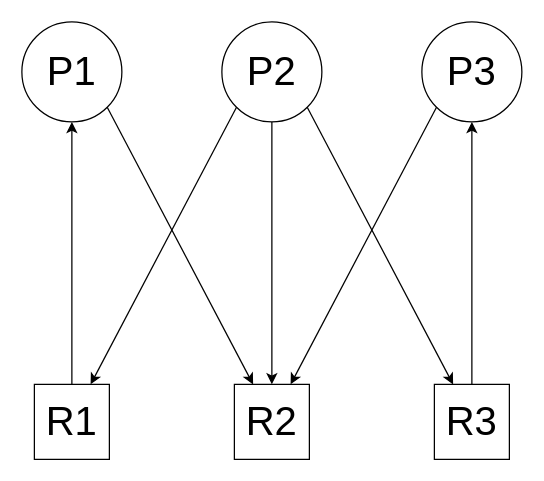
The draw.io diagram page "b" (3 of 3) of images/os2/2014-k2-graf.drawio in siwiki/OS-kolokvijumi, before the edit. Source tidied: cells renumbered, new cells numbered last; positions are measured from the earlier drawing's top-left corner, leaving out a move shared by most shapes. Both pictures are drawn from the tidied source at 125%, with x=0, y=0 at pixel (21, 21).
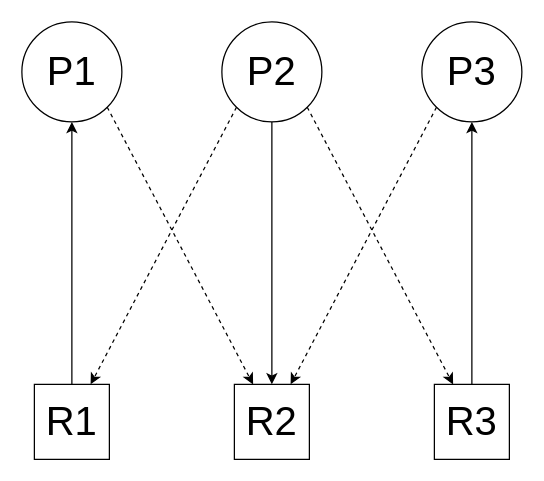
The same page after the edit.

Change to the diagram source:
```diff
@@
 <mxGraphModel>
   <root>
     <mxCell id="0" />
     <mxCell id="1" parent="0" />
     <mxCell id="2" value="&lt;font style=&quot;font-size: 32px&quot;&gt;P1&lt;/font&gt;" style="ellipse;whiteSpace=wrap;html=1;" parent="1" vertex="1">
       <mxGeometry width="80" height="80" as="geometry" />
     </mxCell>
     <mxCell id="3" value="&lt;font style=&quot;font-size: 32px&quot;&gt;P2&lt;/font&gt;" style="ellipse;whiteSpace=wrap;html=1;" parent="1" vertex="1">
       <mxGeometry x="160" width="80" height="80" as="geometry" />
     </mxCell>
     <mxCell id="4" value="&lt;font style=&quot;font-size: 32px&quot;&gt;P3&lt;/font&gt;" style="ellipse;whiteSpace=wrap;html=1;" parent="1" vertex="1">
       <mxGeometry x="320" width="80" height="80" as="geometry" />
     </mxCell>
     <mxCell id="5" value="R1" style="whiteSpace=wrap;html=1;fontSize=32;" parent="1" vertex="1">
       <mxGeometry x="10" y="290" width="60" height="60" as="geometry" />
     </mxCell>
     <mxCell id="6" value="R2" style="whiteSpace=wrap;html=1;fontSize=32;" parent="1" vertex="1">
       <mxGeometry x="170" y="290" width="60" height="60" as="geometry" />
     </mxCell>
     <mxCell id="7" value="R3" style="whiteSpace=wrap;html=1;fontSize=32;" parent="1" vertex="1">
       <mxGeometry x="330" y="290" width="60" height="60" as="geometry" />
     </mxCell>
-    <mxCell id="8" style="endArrow=classic;html=1;rounded=0;fontSize=32;exitX=0;exitY=1;exitDx=0;exitDy=0;entryX=0.75;entryY=0;entryDx=0;entryDy=0;" parent="1" edge="1" source="3" target="5">
+    <mxCell id="8" style="endArrow=classic;html=1;rounded=0;fontSize=32;exitX=0;exitY=1;exitDx=0;exitDy=0;entryX=0.75;entryY=0;entryDx=0;entryDy=0;dashed=1;" parent="1" edge="1" source="3" target="5">
       <mxGeometry relative="1" as="geometry" />
     </mxCell>
-    <mxCell id="9" style="endArrow=classic;html=1;rounded=0;fontSize=32;exitX=1;exitY=1;exitDx=0;exitDy=0;entryX=0.25;entryY=0;entryDx=0;entryDy=0;" parent="1" edge="1" source="2" target="6">
+    <mxCell id="9" style="endArrow=classic;html=1;rounded=0;fontSize=32;exitX=1;exitY=1;exitDx=0;exitDy=0;entryX=0.25;entryY=0;entryDx=0;entryDy=0;dashed=1;" parent="1" edge="1" source="2" target="6">
       <mxGeometry relative="1" as="geometry" />
     </mxCell>
-    <mxCell id="10" style="endArrow=classic;html=1;rounded=0;fontSize=32;exitX=0;exitY=1;exitDx=0;exitDy=0;entryX=0.75;entryY=0;entryDx=0;entryDy=0;" parent="1" edge="1" source="4" target="6">
+    <mxCell id="10" style="endArrow=classic;html=1;rounded=0;fontSize=32;exitX=0;exitY=1;exitDx=0;exitDy=0;entryX=0.75;entryY=0;entryDx=0;entryDy=0;dashed=1;" parent="1" edge="1" source="4" target="6">
       <mxGeometry relative="1" as="geometry" />
     </mxCell>
-    <mxCell id="11" style="endArrow=classic;html=1;rounded=0;fontSize=32;exitX=1;exitY=1;exitDx=0;exitDy=0;entryX=0.25;entryY=0;entryDx=0;entryDy=0;" parent="1" edge="1" source="3" target="7">
+    <mxCell id="11" style="endArrow=classic;html=1;rounded=0;fontSize=32;exitX=1;exitY=1;exitDx=0;exitDy=0;entryX=0.25;entryY=0;entryDx=0;entryDy=0;dashed=1;" parent="1" edge="1" source="3" target="7">
       <mxGeometry relative="1" as="geometry" />
     </mxCell>
     <mxCell id="12" style="endArrow=classic;html=1;rounded=0;fontSize=32;entryX=0.5;entryY=1;entryDx=0;entryDy=0;exitX=0.5;exitY=0;exitDx=0;exitDy=0;" parent="1" edge="1" source="5" target="2">
       <mxGeometry relative="1" as="geometry" />
     </mxCell>
     <mxCell id="13" style="endArrow=classic;html=1;rounded=0;fontSize=32;exitX=0.5;exitY=1;exitDx=0;exitDy=0;entryX=0.5;entryY=0;entryDx=0;entryDy=0;" parent="1" edge="1" source="3" target="6">
       <mxGeometry relative="1" as="geometry" />
     </mxCell>
     <mxCell id="14" style="endArrow=classic;html=1;rounded=0;fontSize=32;entryX=0.5;entryY=1;entryDx=0;entryDy=0;exitX=0.5;exitY=0;exitDx=0;exitDy=0;" parent="1" edge="1" source="7" target="4">
       <mxGeometry relative="1" as="geometry" />
     </mxCell>
   </root>
 </mxGraphModel>
```
